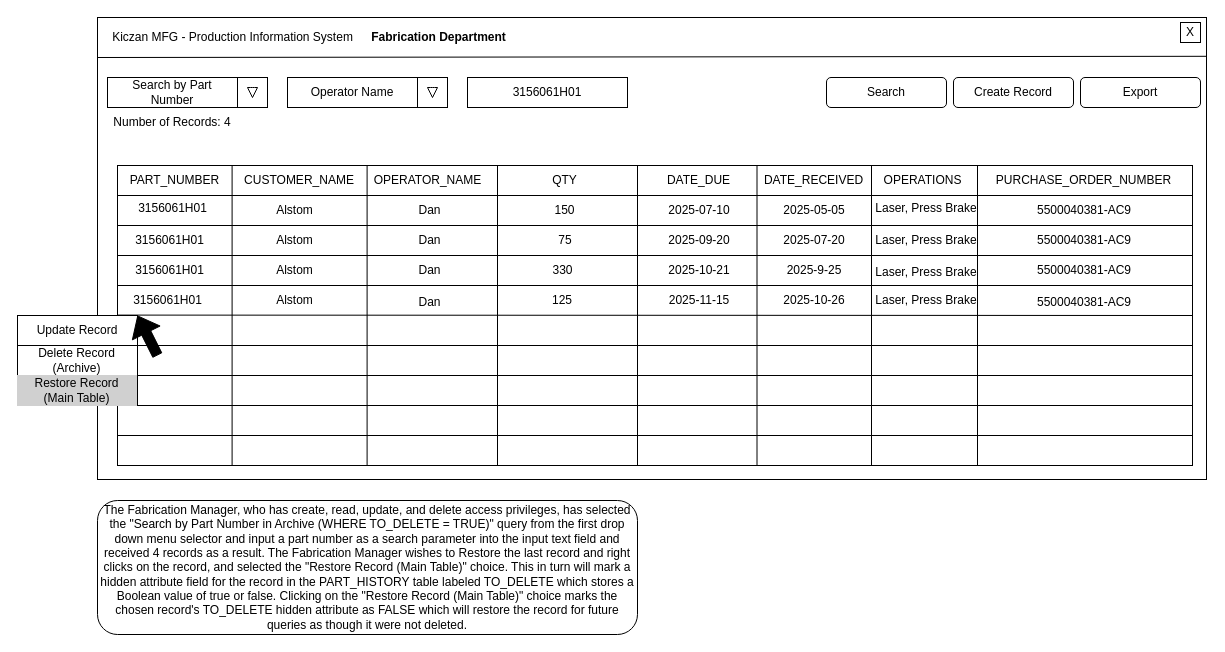
Earlier version of the draw.io diagram Main User Interface Wireframe Search By Part Number RESTORE.drawio (JrST90/Team2CapstoneProject). Source tidied: cells renumbered, new cells numbered last; positions are measured from the earlier drawing's top-left corner, leaving out a move shared by most shapes. Both pictures are drawn from the tidied source at 100%, with x=0, y=0 at pixel (17, 17).
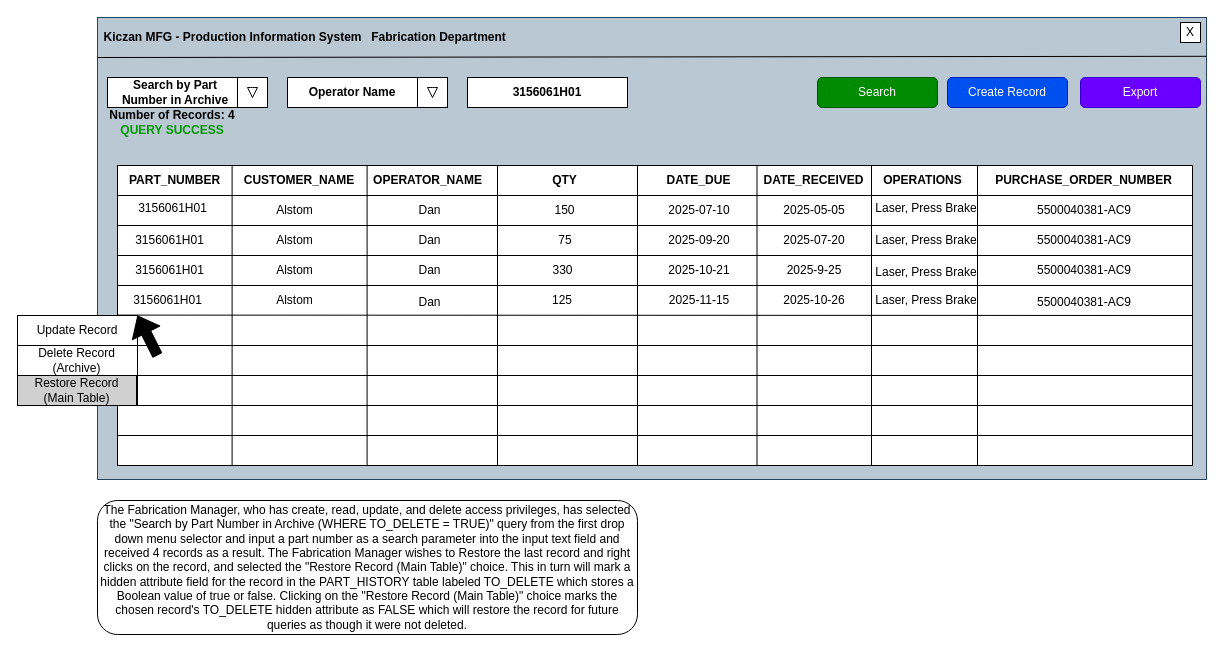
The same page after the edit.

Commit message (it also covers changes not shown here):
Updates to Wireframe and document

11/9/2025: Updated RESTORE wireframe to match color scheme, added "Search by Part Number in Archive" to selector, added query success indicator to record counter. Added updated RESTORE wireframe to main document.

Change to the diagram source:
```diff
@@
-    <mxCell id="2" style="rounded=0;whiteSpace=wrap;html=1;" parent="1" vertex="1">
+    <mxCell id="2" style="rounded=0;whiteSpace=wrap;html=1;fillColor=#bac8d3;strokeColor=#23445d;" parent="1" vertex="1">
       <mxGeometry x="80" width="1109" height="462" as="geometry" />
     </mxCell>
@@
-    <mxCell id="5" value="Kiczan MFG - Production Information System" style="text;html=1;whiteSpace=wrap;strokeColor=none;fillColor=none;align=center;verticalAlign=middle;rounded=0;" parent="1" vertex="1">
+    <mxCell id="5" value="&lt;b&gt;Kiczan MFG - Production Information System&lt;/b&gt;" style="text;html=1;whiteSpace=wrap;strokeColor=none;fillColor=none;align=center;verticalAlign=middle;rounded=0;" parent="1" vertex="1">
       <mxGeometry x="80" y="5" width="271" height="30" as="geometry" />
     </mxCell>
@@
-    <mxCell id="8" value="3156061H01" style="rounded=0;whiteSpace=wrap;html=1;" parent="1" vertex="1">
+    <mxCell id="8" value="&lt;b&gt;3156061H01&lt;/b&gt;" style="rounded=0;whiteSpace=wrap;html=1;" parent="1" vertex="1">
       <mxGeometry x="450" y="60" width="160" height="30" as="geometry" />
     </mxCell>
-    <mxCell id="9" value="Search" style="rounded=1;whiteSpace=wrap;html=1;" parent="1" vertex="1">
-      <mxGeometry x="809" y="60" width="120" height="30" as="geometry" />
+    <mxCell id="9" value="Search" style="rounded=1;whiteSpace=wrap;html=1;fillColor=#008a00;fontColor=#ffffff;strokeColor=#005700;" parent="1" vertex="1">
+      <mxGeometry x="800" y="60" width="120" height="30" as="geometry" />
     </mxCell>
-    <mxCell id="10" value="Search by Part Number" style="text;html=1;whiteSpace=wrap;strokeColor=none;fillColor=none;align=center;verticalAlign=middle;rounded=0;" parent="1" vertex="1">
-      <mxGeometry x="110" y="60" width="90" height="30" as="geometry" />
+    <mxCell id="10" value="&lt;b&gt;Search by Part Number in Archive&lt;/b&gt;" style="text;html=1;whiteSpace=wrap;strokeColor=none;fillColor=none;align=center;verticalAlign=middle;rounded=0;" parent="1" vertex="1">
+      <mxGeometry x="102.5" y="60" width="110" height="30" as="geometry" />
     </mxCell>
@@
-    <mxCell id="14" value="Operator Name" style="text;html=1;whiteSpace=wrap;strokeColor=none;fillColor=none;align=center;verticalAlign=middle;rounded=0;" parent="1" vertex="1">
+    <mxCell id="14" value="&lt;b&gt;Operator Name&lt;/b&gt;" style="text;html=1;whiteSpace=wrap;strokeColor=none;fillColor=none;align=center;verticalAlign=middle;rounded=0;" parent="1" vertex="1">
       <mxGeometry x="260" y="60" width="150" height="30" as="geometry" />
     </mxCell>
@@
-    <mxCell id="30" value="Number of Records: 4" style="text;html=1;whiteSpace=wrap;strokeColor=none;fillColor=none;align=center;verticalAlign=middle;rounded=0;" parent="1" vertex="1">
+    <mxCell id="30" value="&lt;b&gt;Number of Records: 4 &lt;font style=&quot;color: rgb(0, 153, 0);&quot;&gt;QUERY SUCCESS&lt;/font&gt;&lt;/b&gt;" style="text;html=1;whiteSpace=wrap;strokeColor=none;fillColor=none;align=center;verticalAlign=middle;rounded=0;" parent="1" vertex="1">
       <mxGeometry x="70" y="90" width="170" height="30" as="geometry" />
     </mxCell>
-    <mxCell id="31" value="Create Record" style="rounded=1;whiteSpace=wrap;html=1;" parent="1" vertex="1">
-      <mxGeometry x="936" y="60" width="120" height="30" as="geometry" />
+    <mxCell id="31" value="Create Record" style="rounded=1;whiteSpace=wrap;html=1;fillColor=#0050ef;fontColor=#ffffff;strokeColor=#001DBC;" parent="1" vertex="1">
+      <mxGeometry x="930" y="60" width="120" height="30" as="geometry" />
     </mxCell>
-    <mxCell id="32" value="PART_NUMBER" style="text;html=1;whiteSpace=wrap;strokeColor=none;fillColor=none;align=center;verticalAlign=middle;rounded=0;" parent="1" vertex="1">
+    <mxCell id="32" value="&lt;b&gt;PART_NUMBER&lt;/b&gt;" style="text;html=1;whiteSpace=wrap;strokeColor=none;fillColor=none;align=center;verticalAlign=middle;rounded=0;" parent="1" vertex="1">
       <mxGeometry x="106" y="148" width="103" height="30" as="geometry" />
     </mxCell>
-    <mxCell id="33" value="CUSTOMER_NAME" style="text;html=1;whiteSpace=wrap;strokeColor=none;fillColor=none;align=center;verticalAlign=middle;rounded=0;" parent="1" vertex="1">
+    <mxCell id="33" value="&lt;b&gt;CUSTOMER_NAME&lt;/b&gt;" style="text;html=1;whiteSpace=wrap;strokeColor=none;fillColor=none;align=center;verticalAlign=middle;rounded=0;" parent="1" vertex="1">
       <mxGeometry x="220" y="148" width="124" height="30" as="geometry" />
     </mxCell>
-    <mxCell id="34" value="OPERATOR_NAME" style="text;html=1;whiteSpace=wrap;strokeColor=none;fillColor=none;align=center;verticalAlign=middle;rounded=0;" parent="1" vertex="1">
+    <mxCell id="34" value="&lt;b&gt;OPERATOR_NAME&lt;/b&gt;" style="text;html=1;whiteSpace=wrap;strokeColor=none;fillColor=none;align=center;verticalAlign=middle;rounded=0;" parent="1" vertex="1">
       <mxGeometry x="355" y="148" width="111" height="30" as="geometry" />
     </mxCell>
-    <mxCell id="35" value="QTY" style="text;html=1;whiteSpace=wrap;strokeColor=none;fillColor=none;align=center;verticalAlign=middle;rounded=0;" parent="1" vertex="1">
+    <mxCell id="35" value="&lt;b&gt;QTY&lt;/b&gt;" style="text;html=1;whiteSpace=wrap;strokeColor=none;fillColor=none;align=center;verticalAlign=middle;rounded=0;" parent="1" vertex="1">
       <mxGeometry x="496" y="148" width="103" height="30" as="geometry" />
     </mxCell>
-    <mxCell id="36" value="DATE_DUE" style="text;html=1;whiteSpace=wrap;strokeColor=none;fillColor=none;align=center;verticalAlign=middle;rounded=0;" parent="1" vertex="1">
+    <mxCell id="36" value="&lt;b&gt;DATE_DUE&lt;/b&gt;" style="text;html=1;whiteSpace=wrap;strokeColor=none;fillColor=none;align=center;verticalAlign=middle;rounded=0;" parent="1" vertex="1">
       <mxGeometry x="630" y="148" width="103" height="30" as="geometry" />
     </mxCell>
-    <mxCell id="37" value="DATE_RECEIVED" style="text;html=1;whiteSpace=wrap;strokeColor=none;fillColor=none;align=center;verticalAlign=middle;rounded=0;" parent="1" vertex="1">
+    <mxCell id="37" value="&lt;b&gt;DATE_RECEIVED&lt;/b&gt;" style="text;html=1;whiteSpace=wrap;strokeColor=none;fillColor=none;align=center;verticalAlign=middle;rounded=0;" parent="1" vertex="1">
       <mxGeometry x="745" y="148" width="103" height="30" as="geometry" />
     </mxCell>
-    <mxCell id="38" value="OPERATIONS" style="text;html=1;whiteSpace=wrap;strokeColor=none;fillColor=none;align=center;verticalAlign=middle;rounded=0;" parent="1" vertex="1">
+    <mxCell id="38" value="&lt;b&gt;OPERATIONS&lt;/b&gt;" style="text;html=1;whiteSpace=wrap;strokeColor=none;fillColor=none;align=center;verticalAlign=middle;rounded=0;" parent="1" vertex="1">
       <mxGeometry x="854" y="148" width="103" height="30" as="geometry" />
     </mxCell>
-    <mxCell id="39" value="PURCHASE_ORDER_NUMBER" style="text;html=1;whiteSpace=wrap;strokeColor=none;fillColor=none;align=center;verticalAlign=middle;rounded=0;" parent="1" vertex="1">
+    <mxCell id="39" value="&lt;b&gt;PURCHASE_ORDER_NUMBER&lt;/b&gt;" style="text;html=1;whiteSpace=wrap;strokeColor=none;fillColor=none;align=center;verticalAlign=middle;rounded=0;" parent="1" vertex="1">
       <mxGeometry x="967" y="148" width="199" height="30" as="geometry" />
     </mxCell>
@@
-    <mxCell id="43" value="Export" style="rounded=1;whiteSpace=wrap;html=1;" parent="1" vertex="1">
+    <mxCell id="43" value="Export" style="rounded=1;whiteSpace=wrap;html=1;fillColor=#6a00ff;fontColor=#ffffff;strokeColor=#3700CC;" parent="1" vertex="1">
       <mxGeometry x="1063" y="60" width="120" height="30" as="geometry" />
     </mxCell>
@@
-    <mxCell id="85" value="Restore Record&lt;div&gt;(Main Table)&lt;/div&gt;" style="text;html=1;whiteSpace=wrap;align=center;verticalAlign=middle;rounded=0;fillColor=#D0D0D0;strokeColor=light-dark(#D0D0D0,#D0D0D0);" parent="1" vertex="1">
+    <mxCell id="85" value="Restore Record&lt;div&gt;(Main Table)&lt;/div&gt;" style="text;html=1;whiteSpace=wrap;align=center;verticalAlign=middle;rounded=0;fillColor=#D0D0D0;strokeColor=light-dark(#000000,#D0D0D0);" parent="1" vertex="1">
       <mxGeometry y="358" width="119" height="30" as="geometry" />
     </mxCell>
```
